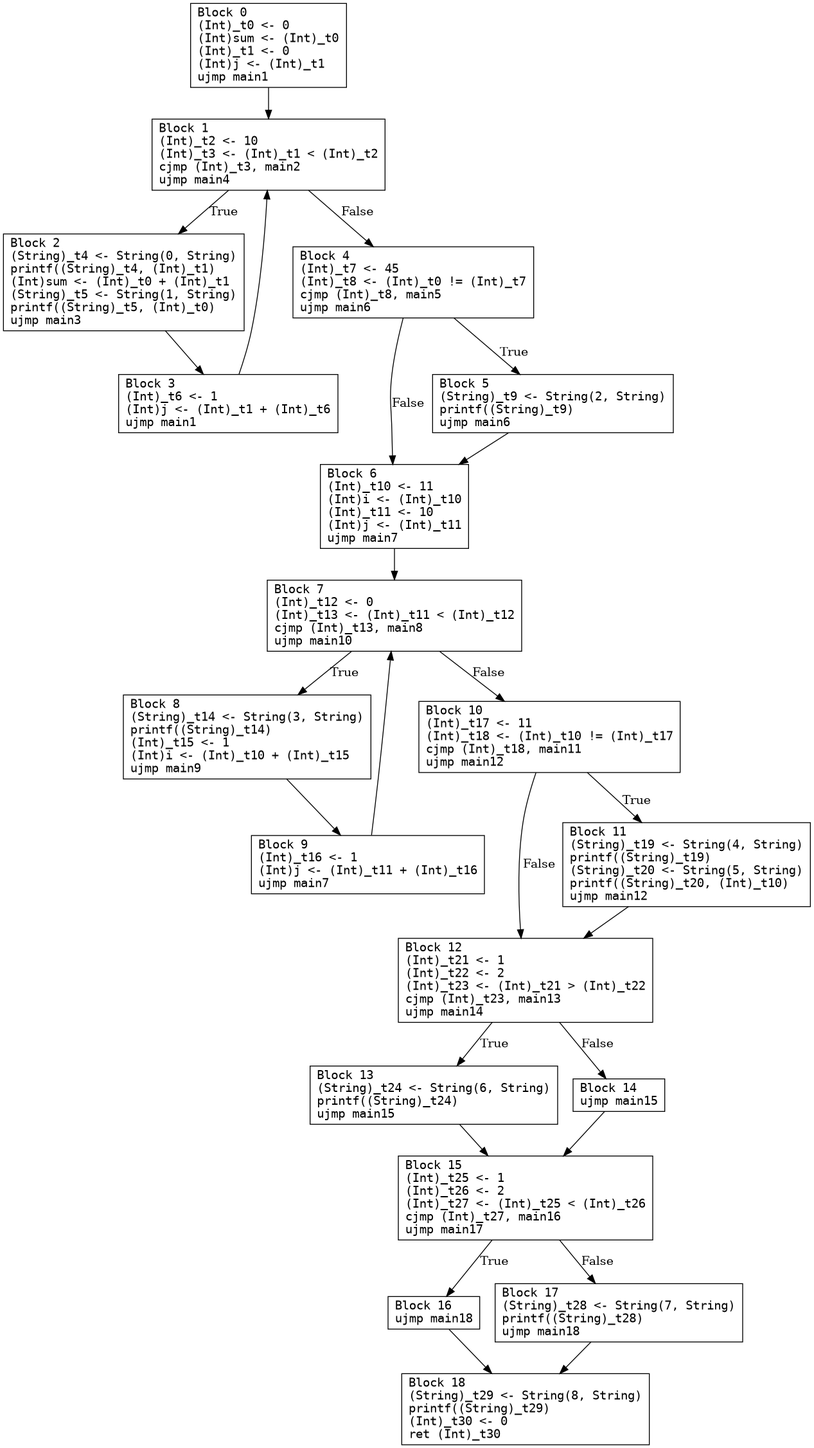
Earlier version of the Graphviz export main.png (seanchuck/compiler-s25). Its source is kept beside it as main.dot.
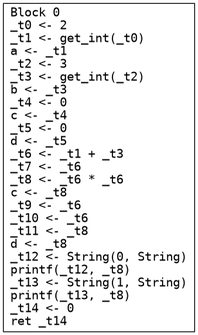
After the commit.

The edit, as a diff of the source:
```diff
@@ -1,46 +1,4 @@
 digraph CFG {
   node [shape=box fontname="monospace"];
-  0 [label="Block 0\l(Int)_t0 <- 0\l(Int)sum <- (Int)_t0\l(Int)_t1 <- 0\l(Int)j <- (Int)_t1\lujmp main1\l"];
-  1 [label="Block 1\l(Int)_t2 <- 10\l(Int)_t3 <- (Int)_t1 < (Int)_t2\lcjmp (Int)_t3, main2\lujmp main4\l"];
-  2 [label="Block 2\l(String)_t4 <- String(0, String)\lprintf((String)_t4, (Int)_t1)\l(Int)sum <- (Int)_t0 + (Int)_t1\l(String)_t5 <- String(1, String)\lprintf((String)_t5, (Int)_t0)\lujmp main3\l"];
-  3 [label="Block 3\l(Int)_t6 <- 1\l(Int)j <- (Int)_t1 + (Int)_t6\lujmp main1\l"];
-  4 [label="Block 4\l(Int)_t7 <- 45\l(Int)_t8 <- (Int)_t0 != (Int)_t7\lcjmp (Int)_t8, main5\lujmp main6\l"];
-  5 [label="Block 5\l(String)_t9 <- String(2, String)\lprintf((String)_t9)\lujmp main6\l"];
-  6 [label="Block 6\l(Int)_t10 <- 11\l(Int)i <- (Int)_t10\l(Int)_t11 <- 10\l(Int)j <- (Int)_t11\lujmp main7\l"];
-  7 [label="Block 7\l(Int)_t12 <- 0\l(Int)_t13 <- (Int)_t11 < (Int)_t12\lcjmp (Int)_t13, main8\lujmp main10\l"];
-  8 [label="Block 8\l(String)_t14 <- String(3, String)\lprintf((String)_t14)\l(Int)_t15 <- 1\l(Int)i <- (Int)_t10 + (Int)_t15\lujmp main9\l"];
-  9 [label="Block 9\l(Int)_t16 <- 1\l(Int)j <- (Int)_t11 + (Int)_t16\lujmp main7\l"];
-  10 [label="Block 10\l(Int)_t17 <- 11\l(Int)_t18 <- (Int)_t10 != (Int)_t17\lcjmp (Int)_t18, main11\lujmp main12\l"];
-  11 [label="Block 11\l(String)_t19 <- String(4, String)\lprintf((String)_t19)\l(String)_t20 <- String(5, String)\lprintf((String)_t20, (Int)_t10)\lujmp main12\l"];
-  12 [label="Block 12\l(Int)_t21 <- 1\l(Int)_t22 <- 2\l(Int)_t23 <- (Int)_t21 > (Int)_t22\lcjmp (Int)_t23, main13\lujmp main14\l"];
-  13 [label="Block 13\l(String)_t24 <- String(6, String)\lprintf((String)_t24)\lujmp main15\l"];
-  14 [label="Block 14\lujmp main15\l"];
-  15 [label="Block 15\l(Int)_t25 <- 1\l(Int)_t26 <- 2\l(Int)_t27 <- (Int)_t25 < (Int)_t26\lcjmp (Int)_t27, main16\lujmp main17\l"];
-  16 [label="Block 16\lujmp main18\l"];
-  17 [label="Block 17\l(String)_t28 <- String(7, String)\lprintf((String)_t28)\lujmp main18\l"];
-  18 [label="Block 18\l(String)_t29 <- String(8, String)\lprintf((String)_t29)\l(Int)_t30 <- 0\lret (Int)_t30\l"];
-  0 -> 1 [label=""];
-  1 -> 4 [label="False"];
-  1 -> 2 [label="True"];
-  2 -> 3 [label=""];
-  3 -> 1 [label=""];
-  4 -> 6 [label="False"];
-  4 -> 5 [label="True"];
-  5 -> 6 [label=""];
-  6 -> 7 [label=""];
-  7 -> 10 [label="False"];
-  7 -> 8 [label="True"];
-  8 -> 9 [label=""];
-  9 -> 7 [label=""];
-  10 -> 11 [label="True"];
-  10 -> 12 [label="False"];
-  11 -> 12 [label=""];
-  12 -> 13 [label="True"];
-  12 -> 14 [label="False"];
-  13 -> 15 [label=""];
-  14 -> 15 [label=""];
-  15 -> 17 [label="False"];
-  15 -> 16 [label="True"];
-  16 -> 18 [label=""];
-  17 -> 18 [label=""];
+  0 [label="Block 0\l_t0 <- 2\l_t1 <- get_int(_t0)\la <- _t1\l_t2 <- 3\l_t3 <- get_int(_t2)\lb <- _t3\l_t4 <- 0\lc <- _t4\l_t5 <- 0\ld <- _t5\l_t6 <- _t1 + _t3\l_t7 <- _t6\l_t8 <- _t6 * _t6\lc <- _t8\l_t9 <- _t6\l_t10 <- _t6\l_t11 <- _t8\ld <- _t8\l_t12 <- String(0, String)\lprintf(_t12, _t8)\l_t13 <- String(1, String)\lprintf(_t13, _t8)\l_t14 <- 0\lret _t14\l"];
 }
```
